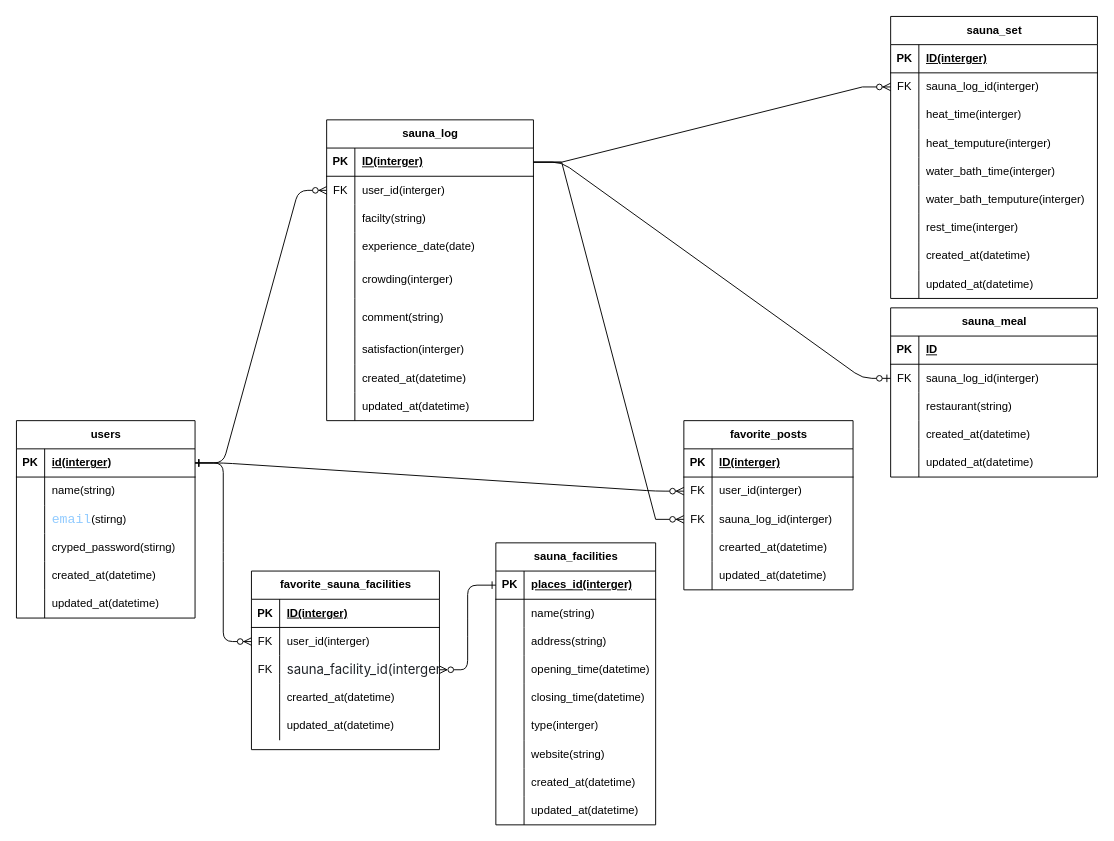
Earlier version of the draw.io diagram ER.drawio (kakaka1996/sauna_app). Source tidied: cells renumbered, new cells numbered last; positions are measured from the earlier drawing's top-left corner, leaving out a move shared by most shapes. Both pictures are drawn from the tidied source at 94%, with x=0, y=0 at pixel (16, 16).
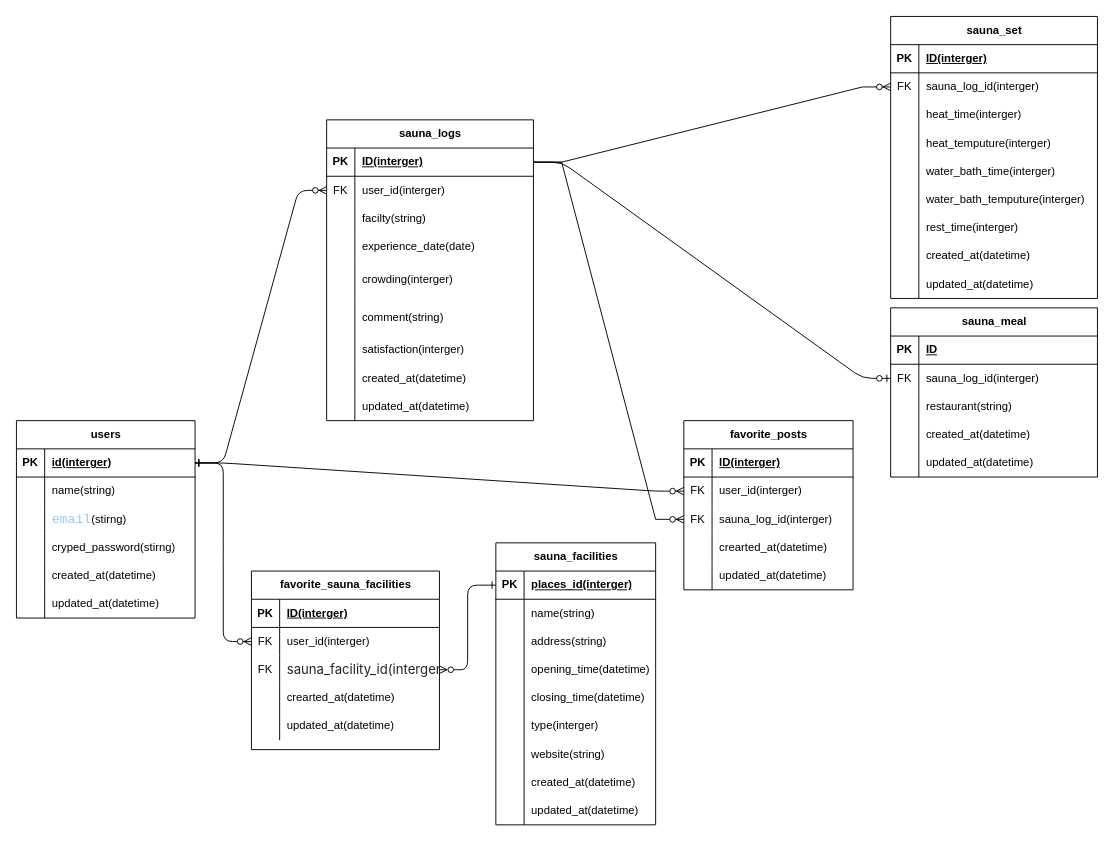
After the change.

Diff of the diagram source:
```diff
@@
-    <mxCell id="25" value="sauna_log" style="shape=table;startSize=30;childLayout=tableLayout;rowLines=0;fontStyle=1;align=center;html=1;" parent="1" vertex="1">
+    <mxCell id="25" value="sauna_logs" style="shape=table;startSize=30;childLayout=tableLayout;rowLines=0;fontStyle=1;align=center;html=1;" parent="1" vertex="1">
       <mxGeometry x="330" y="110" width="220" height="320" as="geometry" />
     </mxCell>
```
